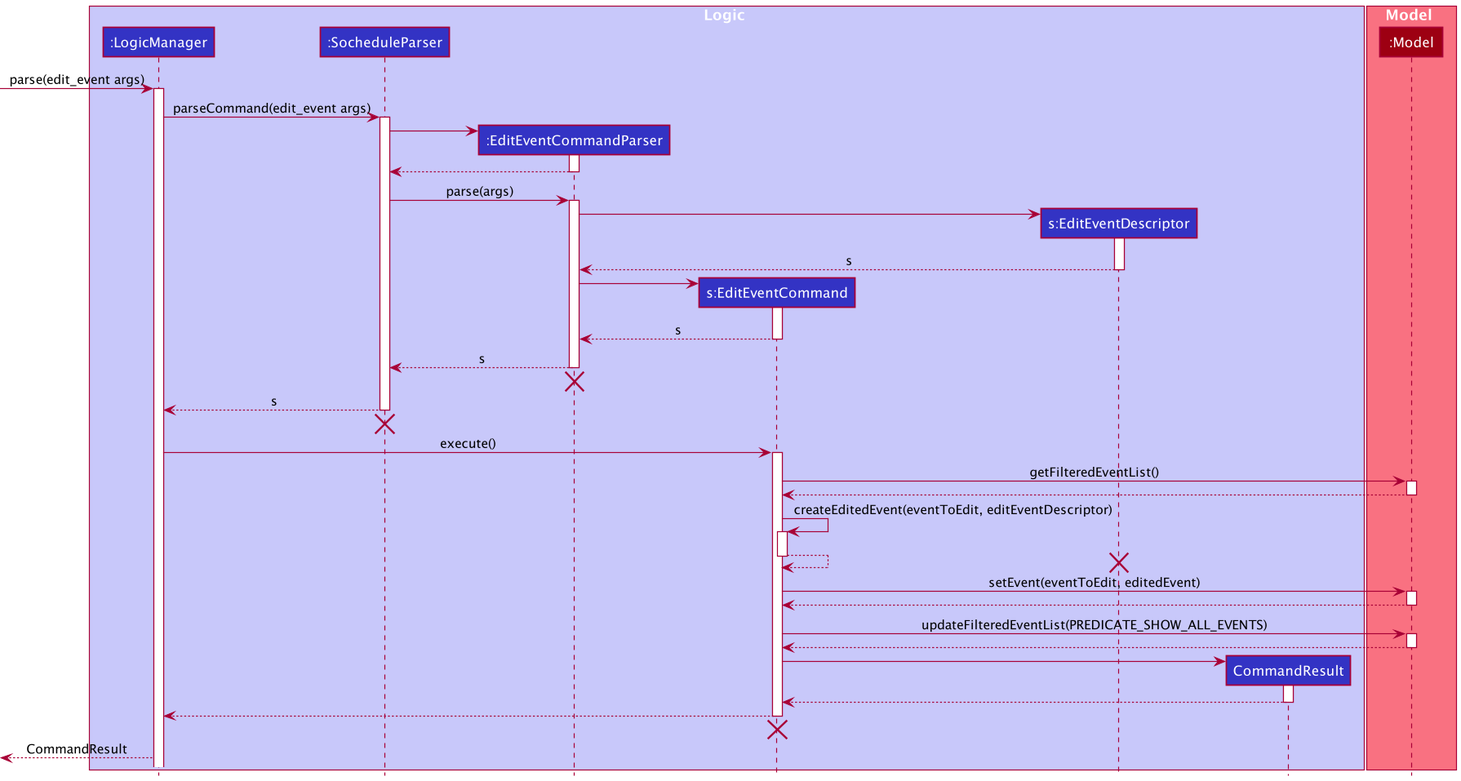
This is docs/images/EditEventCommandSequenceDiagram.png from nus-cs2103-AY2021S2/tp, a PlantUML export, as it was before one commit. Source of this version:
```plantuml
@startuml
!include style.puml

box Logic LOGIC_COLOR_T1
participant ":LogicManager" as LogicManager LOGIC_COLOR
participant ":SocheduleParser" as SocheduleParser LOGIC_COLOR
participant ":EditEventCommandParser" as EditEventCommandParser LOGIC_COLOR
participant "s:EditEventCommand" as EditEventCommand LOGIC_COLOR
participant "s:EditEventDescriptor" as EditEventDescriptor LOGIC_COLOR
participant "CommandResult" as CommandResult LOGIC_COLOR
end box

box Model MODEL_COLOR_T1
participant ":Model" as Model MODEL_COLOR
end box

[-> LogicManager : parse(edit_event args)
activate LogicManager

LogicManager -> SocheduleParser : parseCommand(edit_event args)
activate SocheduleParser

create EditEventCommandParser
SocheduleParser -> EditEventCommandParser
activate EditEventCommandParser

EditEventCommandParser --> SocheduleParser
deactivate EditEventCommandParser

SocheduleParser -> EditEventCommandParser: parse(args)
activate EditEventCommandParser

create EditEventDescriptor
EditEventCommandParser -> EditEventDescriptor
activate EditEventDescriptor
EditEventCommandParser <--EditEventDescriptor : s
deactivate EditEventDescriptor

create EditEventCommand
EditEventCommandParser -> EditEventCommand
activate EditEventCommand
EditEventCommandParser <--EditEventCommand : s
deactivate EditEventCommand

SocheduleParser <--EditEventCommandParser : s
deactivate EditEventCommandParser
EditEventCommandParser -[hidden]->[
destroy EditEventCommandParser

LogicManager <-- SocheduleParser : s
deactivate SocheduleParser
SocheduleParser -[hidden]->[
destroy SocheduleParser

LogicManager -> EditEventCommand : execute()
activate EditEventCommand

EditEventCommand -> Model : getFilteredEventList()
activate Model
EditEventCommand <-- Model
deactivate Model

EditEventCommand -> EditEventCommand : createEditedEvent(eventToEdit, editEventDescriptor)
activate EditEventCommand
EditEventCommand <-- EditEventCommand
deactivate EditEventCommand
destroy EditEventDescriptor

EditEventCommand -> Model : setEvent(eventToEdit, editedEvent)
activate Model
EditEventCommand <-- Model
deactivate Model

EditEventCommand -> Model : updateFilteredEventList(PREDICATE_SHOW_ALL_EVENTS)
activate Model
EditEventCommand <-- Model
deactivate Model

create CommandResult
EditEventCommand -> CommandResult
activate CommandResult
EditEventCommand <-- CommandResult
deactivate CommandResult

LogicManager <-- EditEventCommand
deactivate EditEventCommand
EditEventCommand -[hidden]->[
destroy EditEventCommand

[<-- LogicManager : CommandResult
@enduml
```
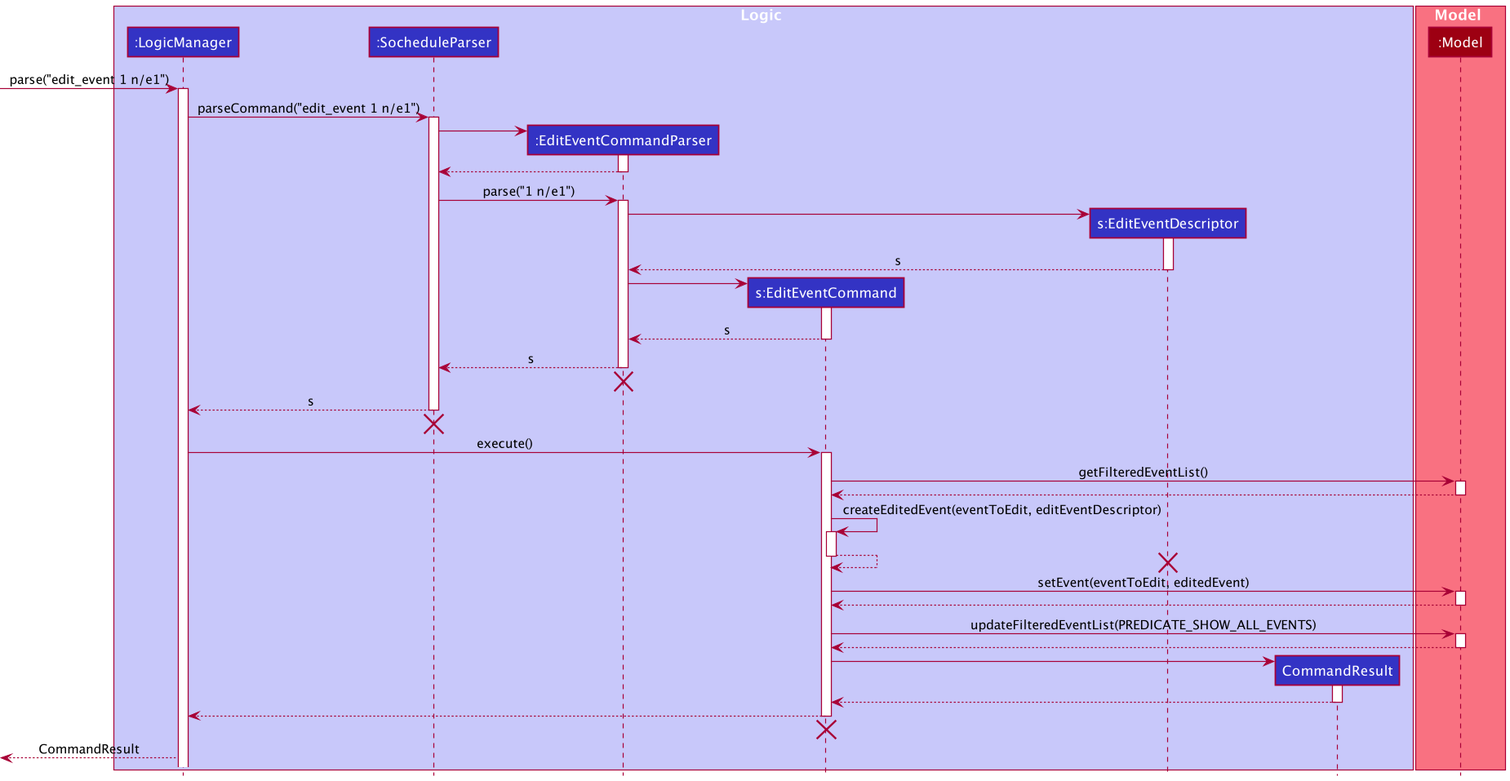
Later version of the same file.

Diff of the diagram source:
```diff
@@ -14,10 +14,10 @@
 participant ":Model" as Model MODEL_COLOR
 end box
 
-[-> LogicManager : parse(edit_event args)
+[-> LogicManager : parse("edit_event 1 n/e1")
 activate LogicManager
 
-LogicManager -> SocheduleParser : parseCommand(edit_event args)
+LogicManager -> SocheduleParser : parseCommand("edit_event 1 n/e1")
 activate SocheduleParser
 
 create EditEventCommandParser
@@ -27,7 +27,7 @@
 EditEventCommandParser --> SocheduleParser
 deactivate EditEventCommandParser
 
-SocheduleParser -> EditEventCommandParser: parse(args)
+SocheduleParser -> EditEventCommandParser: parse("1 n/e1")
 activate EditEventCommandParser
 
 create EditEventDescriptor
```
